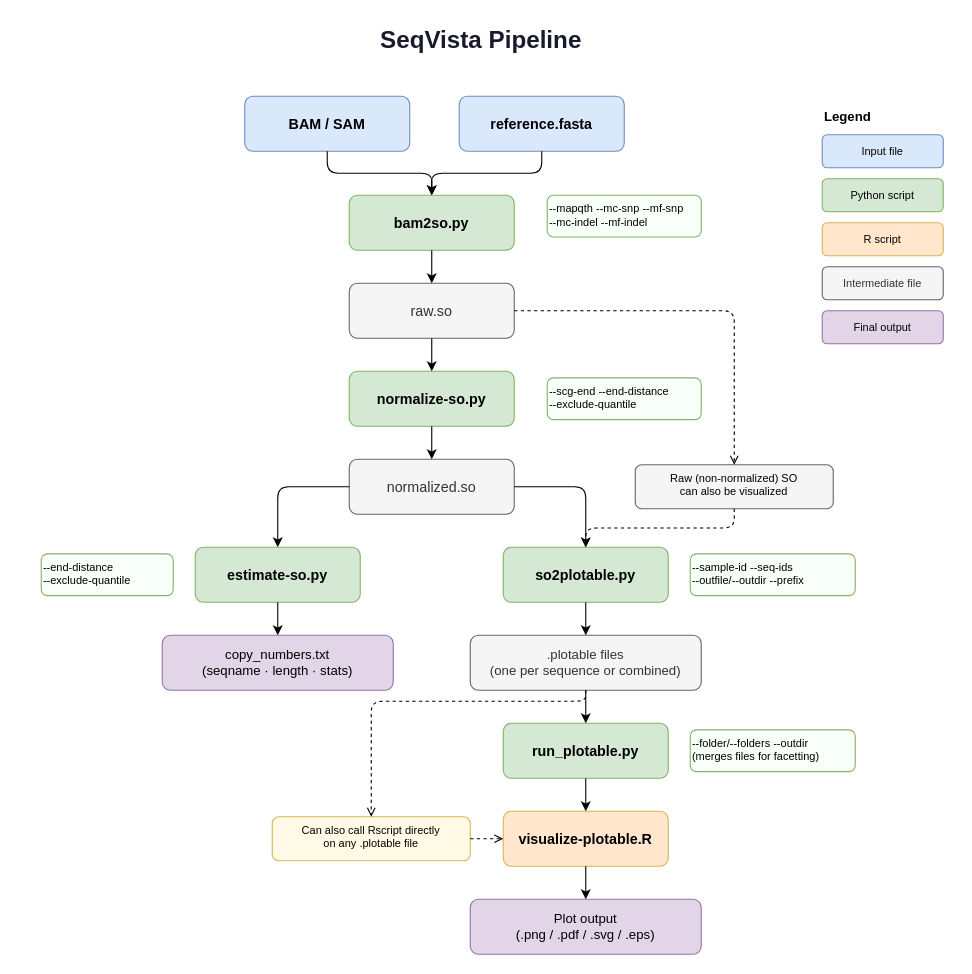
Earlier version of the draw.io diagram img/SeqVista_pipeline.drawio (RobertKofler/teplotter). Source tidied: cells renumbered, new cells numbered last; positions are measured from the earlier drawing's top-left corner, leaving out a move shared by most shapes. Both pictures are drawn from the tidied source at 110%, with x=0, y=0 at pixel (19, 19).
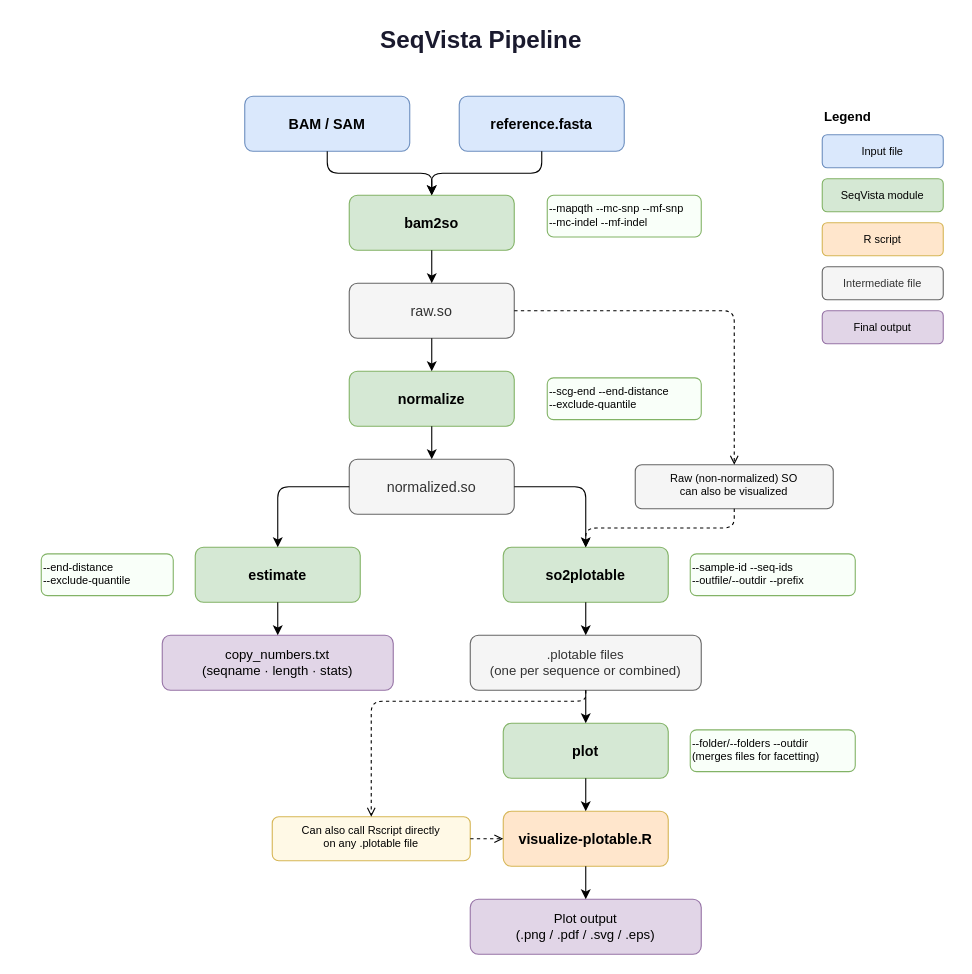
After the change.

Diff of the diagram source:
```diff
@@
-    <mxCell id="5" value="Python script" style="rounded=1;whiteSpace=wrap;html=1;fillColor=#d5e8d4;strokeColor=#82b366;fontSize=10;" parent="1" vertex="1">
+    <mxCell id="5" value="SeqVista module" style="rounded=1;whiteSpace=wrap;html=1;fillColor=#d5e8d4;strokeColor=#82b366;fontSize=10;" parent="1" vertex="1">
       <mxGeometry x="730" y="145" width="110" height="30" as="geometry" />
     </mxCell>
@@
-    <mxCell id="11" value="bam2so.py" style="rounded=1;whiteSpace=wrap;html=1;fillColor=#d5e8d4;strokeColor=#82b366;fontSize=13;fontStyle=1;" parent="1" vertex="1">
+    <mxCell id="11" value="bam2so" style="rounded=1;whiteSpace=wrap;html=1;fillColor=#d5e8d4;strokeColor=#82b366;fontSize=13;fontStyle=1;" parent="1" vertex="1">
       <mxGeometry x="300" y="160" width="150" height="50" as="geometry" />
     </mxCell>
@@
-    <mxCell id="17" value="normalize-so.py" style="rounded=1;whiteSpace=wrap;html=1;fillColor=#d5e8d4;strokeColor=#82b366;fontSize=13;fontStyle=1;" parent="1" vertex="1">
+    <mxCell id="17" value="normalize" style="rounded=1;whiteSpace=wrap;html=1;fillColor=#d5e8d4;strokeColor=#82b366;fontSize=13;fontStyle=1;" parent="1" vertex="1">
       <mxGeometry x="300" y="320" width="150" height="50" as="geometry" />
     </mxCell>
@@
-    <mxCell id="22" value="estimate-so.py" style="rounded=1;whiteSpace=wrap;html=1;fillColor=#d5e8d4;strokeColor=#82b366;fontSize=13;fontStyle=1;" parent="1" vertex="1">
+    <mxCell id="22" value="estimate" style="rounded=1;whiteSpace=wrap;html=1;fillColor=#d5e8d4;strokeColor=#82b366;fontSize=13;fontStyle=1;" parent="1" vertex="1">
       <mxGeometry x="160" y="480" width="150" height="50" as="geometry" />
     </mxCell>
@@
-    <mxCell id="27" value="so2plotable.py" style="rounded=1;whiteSpace=wrap;html=1;fillColor=#d5e8d4;strokeColor=#82b366;fontSize=13;fontStyle=1;" parent="1" vertex="1">
+    <mxCell id="27" value="so2plotable" style="rounded=1;whiteSpace=wrap;html=1;fillColor=#d5e8d4;strokeColor=#82b366;fontSize=13;fontStyle=1;" parent="1" vertex="1">
       <mxGeometry x="440" y="480" width="150" height="50" as="geometry" />
     </mxCell>
@@
-    <mxCell id="32" value="run_plotable.py" style="rounded=1;whiteSpace=wrap;html=1;fillColor=#d5e8d4;strokeColor=#82b366;fontSize=13;fontStyle=1;" parent="1" vertex="1">
+    <mxCell id="32" value="plot" style="rounded=1;whiteSpace=wrap;html=1;fillColor=#d5e8d4;strokeColor=#82b366;fontSize=13;fontStyle=1;" parent="1" vertex="1">
       <mxGeometry x="440" y="640" width="150" height="50" as="geometry" />
     </mxCell>
```
